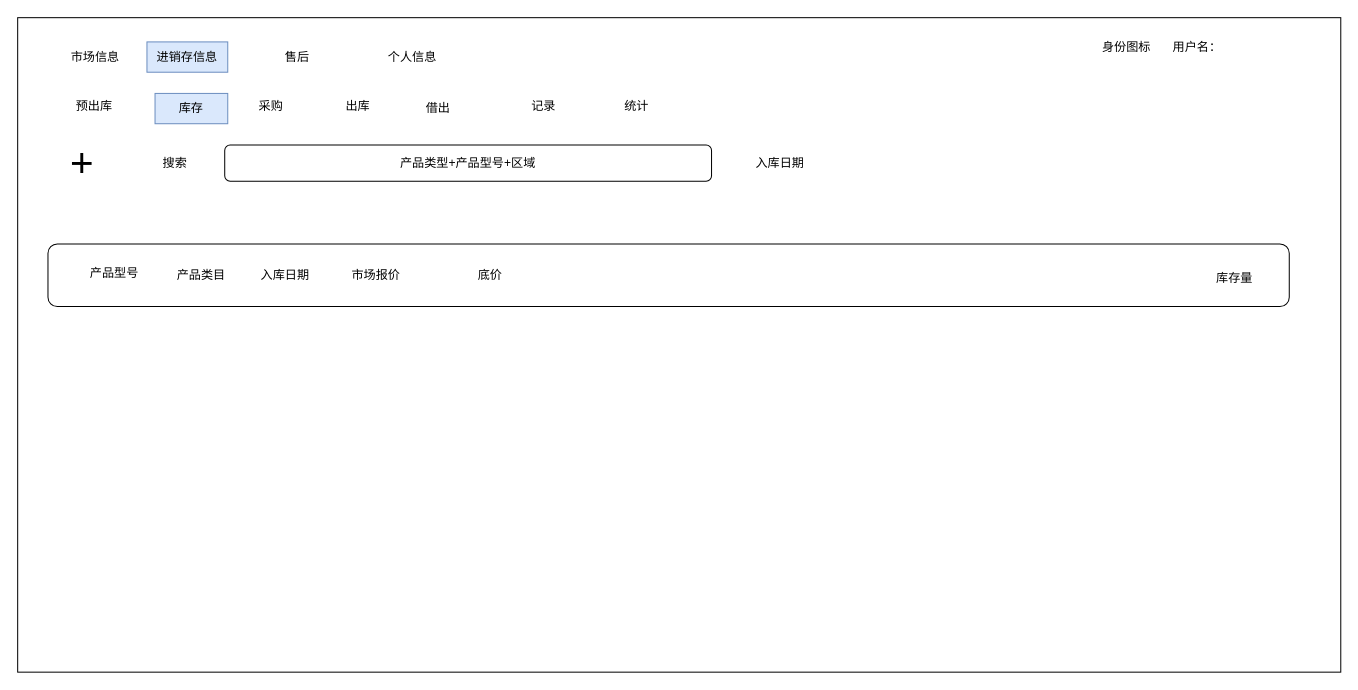
This is page "库存" (2 of 8) of 泰加进销存.drawio from cangwang/news, a draw.io file, before an edit. Source tidied: cells renumbered, new cells numbered last; positions are measured from the earlier drawing's top-left corner, leaving out a move shared by most shapes. Both pictures are drawn from the tidied source at 101%, with x=0, y=0 at pixel (17, 17).
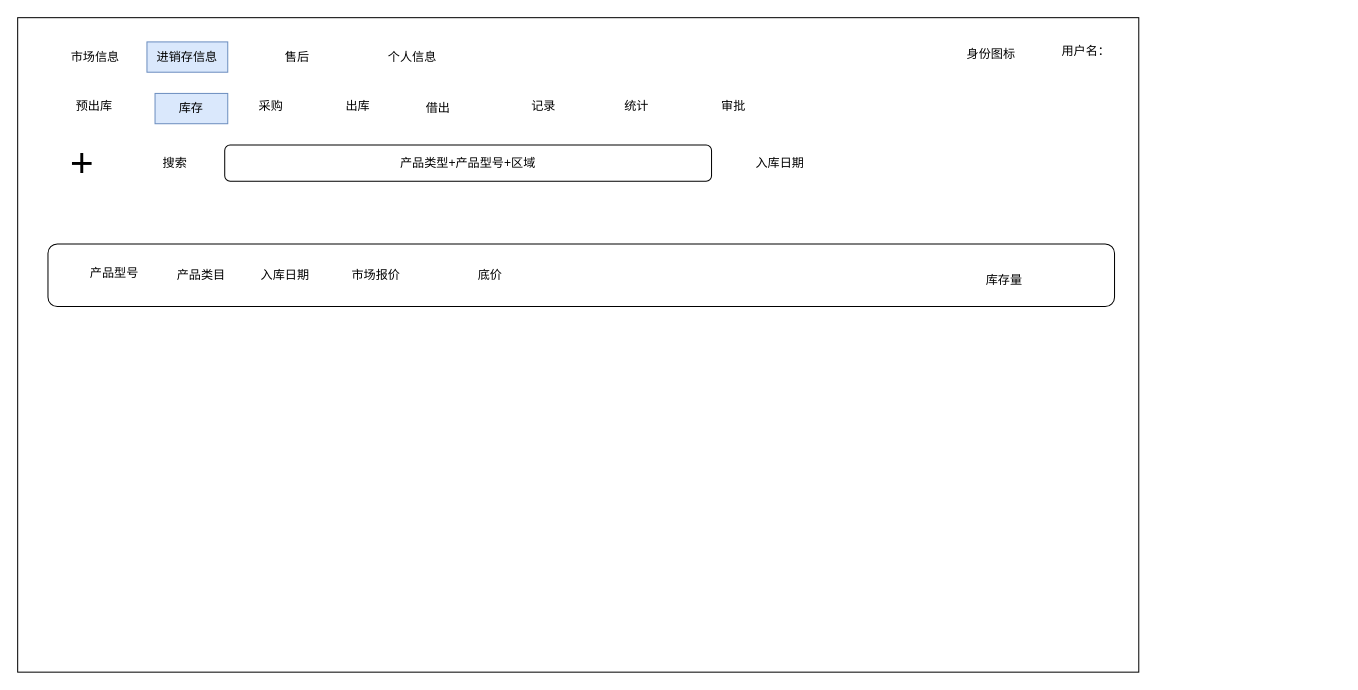
Above is the later version.

The edit, as a diff of the source:
```diff
@@
     <mxCell id="2" style="rounded=0;whiteSpace=wrap;html=1;" parent="1" vertex="1">
-      <mxGeometry width="1310" height="648" as="geometry" />
+      <mxGeometry width="1110" height="648" as="geometry" />
     </mxCell>
@@
     <mxCell id="10" value="用户名：" style="text;html=1;strokeColor=none;fillColor=none;align=center;verticalAlign=middle;whiteSpace=wrap;rounded=0;fontSize=12;" parent="1" vertex="1">
-      <mxGeometry x="1138" y="14" width="60" height="30" as="geometry" />
+      <mxGeometry x="1028" y="18" width="60" height="30" as="geometry" />
     </mxCell>
     <mxCell id="11" value="身份图标" style="text;html=1;strokeColor=none;fillColor=none;align=center;verticalAlign=middle;whiteSpace=wrap;rounded=0;fontSize=12;" parent="1" vertex="1">
-      <mxGeometry x="1068" y="14" width="60" height="30" as="geometry" />
+      <mxGeometry x="934" y="21" width="60" height="30" as="geometry" />
     </mxCell>
@@
     <mxCell id="17" style="rounded=1;whiteSpace=wrap;html=1;fontSize=12;" parent="1" vertex="1">
-      <mxGeometry x="30" y="224" width="1229" height="62" as="geometry" />
+      <mxGeometry x="30" y="224" width="1056" height="62" as="geometry" />
     </mxCell>
@@
     <mxCell id="22" value="库存量" style="text;html=1;strokeColor=none;fillColor=none;align=center;verticalAlign=middle;whiteSpace=wrap;rounded=0;fontSize=12;" parent="1" vertex="1">
-      <mxGeometry x="1175" y="243" width="60" height="30" as="geometry" />
+      <mxGeometry x="947" y="245" width="60" height="30" as="geometry" />
     </mxCell>
@@
+    <mxCell id="27" value="审批" style="text;html=1;align=center;verticalAlign=middle;whiteSpace=wrap;rounded=0;" parent="1" vertex="1">
+      <mxGeometry x="669" y="73" width="80" height="30" as="geometry" />
+    </mxCell>
```
